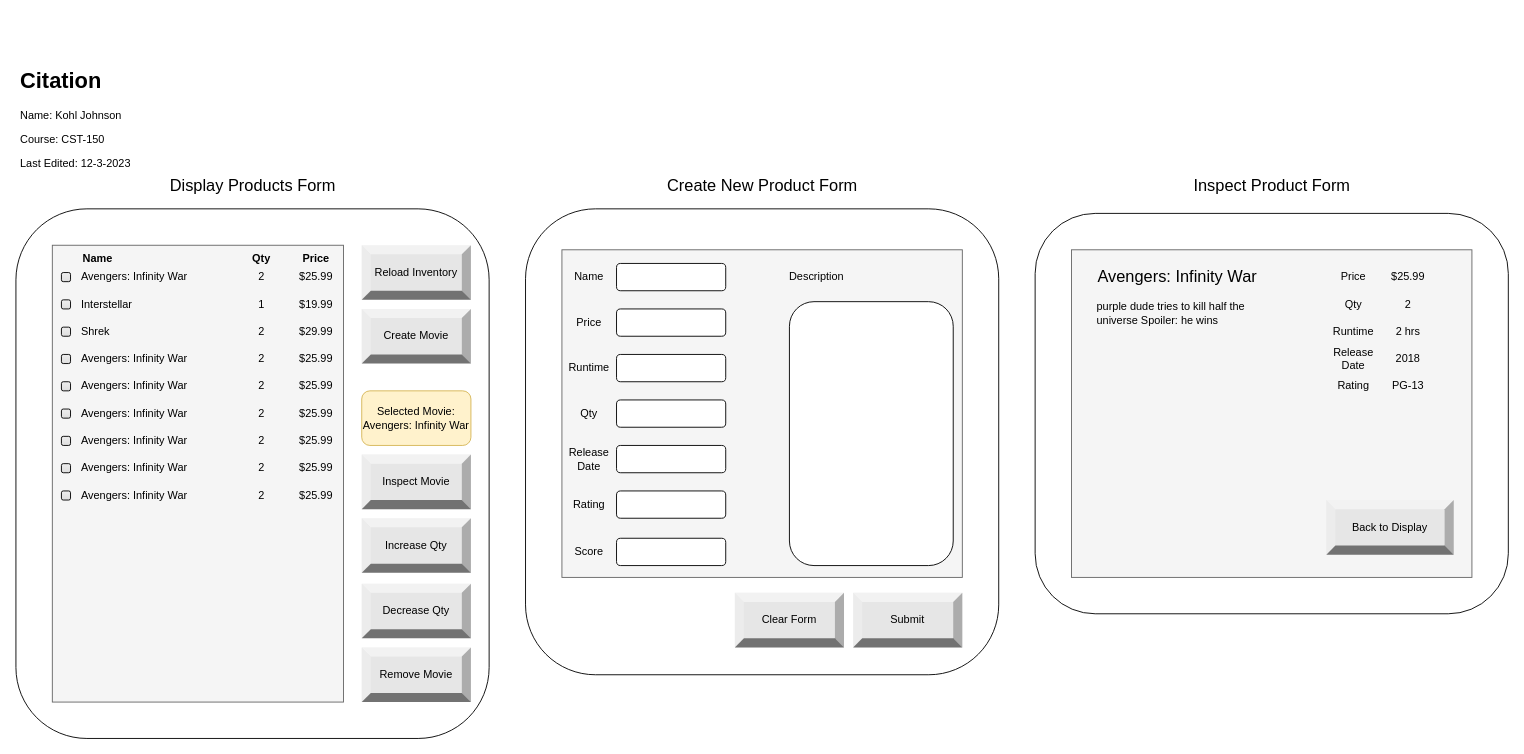
This is CST-150 (C#)/Designs/Wireframe.drawio from Kohl2233/KohlGCU, a draw.io file, before an edit. Source tidied: cells renumbered, new cells numbered last; positions are measured from the earlier drawing's top-left corner, leaving out a move shared by most shapes. Both pictures are drawn from the tidied source at 91%, with x=0, y=0 at pixel (15, 63).
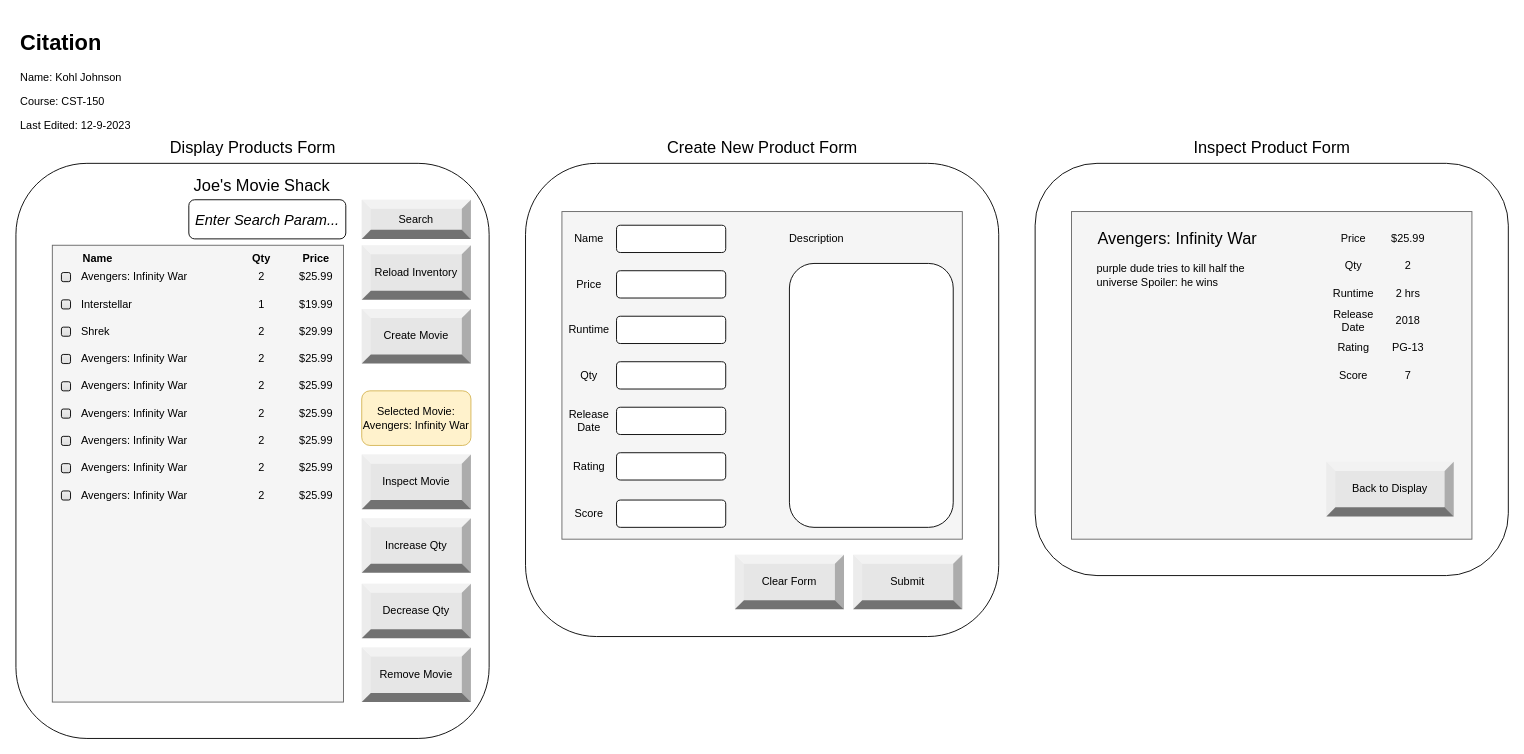
Above is the later version.

The edit, as a diff of the source:
```diff
@@
     <mxCell id="2" style="rounded=1;whiteSpace=wrap;html=1;" parent="1" vertex="1">
-      <mxGeometry y="160" width="520" height="582" as="geometry" />
+      <mxGeometry y="110" width="520" height="632" as="geometry" />
     </mxCell>
@@
     <mxCell id="44" value="Display Products Form" style="text;html=1;strokeColor=none;fillColor=none;align=center;verticalAlign=middle;whiteSpace=wrap;rounded=0;fontSize=18;" parent="1" vertex="1">
-      <mxGeometry x="167.5" y="120" width="185" height="30" as="geometry" />
+      <mxGeometry x="167.5" y="78" width="185" height="30" as="geometry" />
     </mxCell>
     <mxCell id="45" style="rounded=1;whiteSpace=wrap;html=1;" parent="1" vertex="1">
-      <mxGeometry x="560" y="160" width="520" height="512" as="geometry" />
+      <mxGeometry x="560" y="110" width="520" height="520" as="geometry" />
     </mxCell>
     <mxCell id="46" style="rounded=0;whiteSpace=wrap;html=1;fillColor=#f5f5f5;fontColor=#333333;strokeColor=#666666;" parent="1" vertex="1">
-      <mxGeometry x="600" y="205" width="440" height="360" as="geometry" />
+      <mxGeometry x="600" y="163" width="440" height="360" as="geometry" />
     </mxCell>
     <mxCell id="47" style="rounded=1;whiteSpace=wrap;html=1;" parent="1" vertex="1">
-      <mxGeometry x="660" y="220" width="120" height="30" as="geometry" />
+      <mxGeometry x="660" y="178" width="120" height="30" as="geometry" />
     </mxCell>
     <mxCell id="48" value="Name" style="text;html=1;strokeColor=none;fillColor=none;align=center;verticalAlign=middle;whiteSpace=wrap;rounded=0;" parent="1" vertex="1">
-      <mxGeometry x="600" y="220" width="60" height="30" as="geometry" />
+      <mxGeometry x="600" y="178" width="60" height="30" as="geometry" />
     </mxCell>
     <mxCell id="49" style="rounded=1;whiteSpace=wrap;html=1;" parent="1" vertex="1">
-      <mxGeometry x="660" y="370" width="120" height="30" as="geometry" />
+      <mxGeometry x="660" y="328" width="120" height="30" as="geometry" />
     </mxCell>
     <mxCell id="50" value="Qty" style="text;html=1;strokeColor=none;fillColor=none;align=center;verticalAlign=middle;whiteSpace=wrap;rounded=0;" parent="1" vertex="1">
-      <mxGeometry x="600" y="370" width="60" height="30" as="geometry" />
+      <mxGeometry x="600" y="328" width="60" height="30" as="geometry" />
     </mxCell>
     <mxCell id="51" style="rounded=1;whiteSpace=wrap;html=1;" parent="1" vertex="1">
-      <mxGeometry x="660" y="270" width="120" height="30" as="geometry" />
+      <mxGeometry x="660" y="228" width="120" height="30" as="geometry" />
     </mxCell>
     <mxCell id="52" value="Price" style="text;html=1;strokeColor=none;fillColor=none;align=center;verticalAlign=middle;whiteSpace=wrap;rounded=0;" parent="1" vertex="1">
-      <mxGeometry x="600" y="270" width="60" height="30" as="geometry" />
+      <mxGeometry x="600" y="228" width="60" height="30" as="geometry" />
     </mxCell>
     <mxCell id="53" style="rounded=1;whiteSpace=wrap;html=1;" parent="1" vertex="1">
-      <mxGeometry x="660" y="420" width="120" height="30" as="geometry" />
+      <mxGeometry x="660" y="378" width="120" height="30" as="geometry" />
     </mxCell>
     <mxCell id="54" value="Release Date" style="text;html=1;strokeColor=none;fillColor=none;align=center;verticalAlign=middle;whiteSpace=wrap;rounded=0;" parent="1" vertex="1">
-      <mxGeometry x="600" y="420" width="60" height="30" as="geometry" />
+      <mxGeometry x="600" y="378" width="60" height="30" as="geometry" />
     </mxCell>
     <mxCell id="55" style="rounded=1;whiteSpace=wrap;html=1;" parent="1" vertex="1">
-      <mxGeometry x="660" y="320" width="120" height="30" as="geometry" />
+      <mxGeometry x="660" y="278" width="120" height="30" as="geometry" />
     </mxCell>
     <mxCell id="56" value="Runtime" style="text;html=1;strokeColor=none;fillColor=none;align=center;verticalAlign=middle;whiteSpace=wrap;rounded=0;" parent="1" vertex="1">
-      <mxGeometry x="600" y="320" width="60" height="30" as="geometry" />
+      <mxGeometry x="600" y="278" width="60" height="30" as="geometry" />
     </mxCell>
     <mxCell id="57" style="rounded=1;whiteSpace=wrap;html=1;" parent="1" vertex="1">
-      <mxGeometry x="660" y="470" width="120" height="30" as="geometry" />
+      <mxGeometry x="660" y="428" width="120" height="30" as="geometry" />
     </mxCell>
     <mxCell id="58" value="Rating" style="text;html=1;strokeColor=none;fillColor=none;align=center;verticalAlign=middle;whiteSpace=wrap;rounded=0;" parent="1" vertex="1">
-      <mxGeometry x="600" y="470" width="60" height="30" as="geometry" />
+      <mxGeometry x="600" y="428" width="60" height="30" as="geometry" />
     </mxCell>
     <mxCell id="59" value="Create New Product Form" style="text;html=1;strokeColor=none;fillColor=none;align=center;verticalAlign=middle;whiteSpace=wrap;rounded=0;fontSize=18;" parent="1" vertex="1">
-      <mxGeometry x="713.8" y="120" width="212.5" height="30" as="geometry" />
+      <mxGeometry x="713.8" y="78" width="212.5" height="30" as="geometry" />
     </mxCell>
     <mxCell id="60" style="rounded=1;whiteSpace=wrap;html=1;" parent="1" vertex="1">
-      <mxGeometry x="1120" y="165" width="520" height="440" as="geometry" />
+      <mxGeometry x="1120" y="110" width="520" height="453" as="geometry" />
     </mxCell>
     <mxCell id="61" style="rounded=0;whiteSpace=wrap;html=1;fillColor=#f5f5f5;fontColor=#333333;strokeColor=#666666;" parent="1" vertex="1">
-      <mxGeometry x="1160" y="205" width="440" height="360" as="geometry" />
+      <mxGeometry x="1160" y="163" width="440" height="360" as="geometry" />
     </mxCell>
     <mxCell id="62" value="Inspect Product Form" style="text;html=1;strokeColor=none;fillColor=none;align=center;verticalAlign=middle;whiteSpace=wrap;rounded=0;fontSize=18;" parent="1" vertex="1">
-      <mxGeometry x="1273.8" y="120" width="212.5" height="30" as="geometry" />
+      <mxGeometry x="1273.8" y="78" width="212.5" height="30" as="geometry" />
     </mxCell>
     <mxCell id="63" value="Avengers: Infinity War" style="text;html=1;strokeColor=none;fillColor=none;align=center;verticalAlign=middle;whiteSpace=wrap;rounded=0;fontSize=18;" parent="1" vertex="1">
-      <mxGeometry x="1170" y="220" width="212.5" height="30" as="geometry" />
+      <mxGeometry x="1170" y="178" width="212.5" height="30" as="geometry" />
     </mxCell>
     <mxCell id="64" value="purple dude tries to kill half the universe Spoiler: he wins" style="text;html=1;strokeColor=none;fillColor=none;align=left;verticalAlign=middle;whiteSpace=wrap;rounded=0;" parent="1" vertex="1">
-      <mxGeometry x="1185.6" y="260" width="181.2" height="30" as="geometry" />
+      <mxGeometry x="1185.6" y="218" width="181.2" height="30" as="geometry" />
     </mxCell>
     <mxCell id="65" value="Price" style="text;html=1;strokeColor=none;fillColor=none;align=center;verticalAlign=middle;whiteSpace=wrap;rounded=0;" parent="1" vertex="1">
-      <mxGeometry x="1440" y="220" width="60" height="30" as="geometry" />
+      <mxGeometry x="1440" y="178" width="60" height="30" as="geometry" />
     </mxCell>
     <mxCell id="66" value="Qty" style="text;html=1;strokeColor=none;fillColor=none;align=center;verticalAlign=middle;whiteSpace=wrap;rounded=0;" parent="1" vertex="1">
-      <mxGeometry x="1440" y="250" width="60" height="30" as="geometry" />
+      <mxGeometry x="1440" y="208" width="60" height="30" as="geometry" />
     </mxCell>
     <mxCell id="67" value="Runtime" style="text;html=1;strokeColor=none;fillColor=none;align=center;verticalAlign=middle;whiteSpace=wrap;rounded=0;" parent="1" vertex="1">
-      <mxGeometry x="1440" y="280" width="60" height="30" as="geometry" />
+      <mxGeometry x="1440" y="238" width="60" height="30" as="geometry" />
     </mxCell>
     <mxCell id="68" value="Release Date" style="text;html=1;strokeColor=none;fillColor=none;align=center;verticalAlign=middle;whiteSpace=wrap;rounded=0;" parent="1" vertex="1">
-      <mxGeometry x="1440" y="310" width="60" height="30" as="geometry" />
+      <mxGeometry x="1440" y="268" width="60" height="30" as="geometry" />
     </mxCell>
     <mxCell id="69" value="Rating" style="text;html=1;strokeColor=none;fillColor=none;align=center;verticalAlign=middle;whiteSpace=wrap;rounded=0;" parent="1" vertex="1">
-      <mxGeometry x="1440" y="340" width="60" height="30" as="geometry" />
+      <mxGeometry x="1440" y="298" width="60" height="30" as="geometry" />
     </mxCell>
     <mxCell id="70" value="$25.99" style="text;html=1;strokeColor=none;fillColor=none;align=center;verticalAlign=middle;whiteSpace=wrap;rounded=0;" parent="1" vertex="1">
-      <mxGeometry x="1500" y="220" width="60" height="30" as="geometry" />
+      <mxGeometry x="1500" y="178" width="60" height="30" as="geometry" />
     </mxCell>
     <mxCell id="71" value="2" style="text;html=1;strokeColor=none;fillColor=none;align=center;verticalAlign=middle;whiteSpace=wrap;rounded=0;" parent="1" vertex="1">
-      <mxGeometry x="1500" y="250" width="60" height="30" as="geometry" />
+      <mxGeometry x="1500" y="208" width="60" height="30" as="geometry" />
     </mxCell>
     <mxCell id="72" value="2 hrs" style="text;html=1;strokeColor=none;fillColor=none;align=center;verticalAlign=middle;whiteSpace=wrap;rounded=0;" parent="1" vertex="1">
-      <mxGeometry x="1500" y="280" width="60" height="30" as="geometry" />
+      <mxGeometry x="1500" y="238" width="60" height="30" as="geometry" />
     </mxCell>
     <mxCell id="73" value="2018" style="text;html=1;strokeColor=none;fillColor=none;align=center;verticalAlign=middle;whiteSpace=wrap;rounded=0;" parent="1" vertex="1">
-      <mxGeometry x="1500" y="310" width="60" height="30" as="geometry" />
+      <mxGeometry x="1500" y="268" width="60" height="30" as="geometry" />
     </mxCell>
     <mxCell id="74" value="PG-13" style="text;html=1;strokeColor=none;fillColor=none;align=center;verticalAlign=middle;whiteSpace=wrap;rounded=0;" parent="1" vertex="1">
-      <mxGeometry x="1500" y="340" width="60" height="30" as="geometry" />
+      <mxGeometry x="1500" y="298" width="60" height="30" as="geometry" />
     </mxCell>
     <mxCell id="75" value="Back to Display" style="labelPosition=center;verticalLabelPosition=middle;align=center;html=1;shape=mxgraph.basic.shaded_button;dx=10;fillColor=#E6E6E6;strokeColor=none;whiteSpace=wrap;" parent="1" vertex="1">
-      <mxGeometry x="1440" y="480" width="140" height="60" as="geometry" />
+      <mxGeometry x="1440" y="438" width="140" height="60" as="geometry" />
     </mxCell>
-    <mxCell id="76" value="&lt;h1&gt;Citation&lt;/h1&gt;&lt;p&gt;Name: Kohl Johnson&lt;/p&gt;&lt;p&gt;Course: CST-150&lt;/p&gt;&lt;p&gt;Last Edited: 12-3-2023&lt;/p&gt;" style="text;html=1;strokeColor=none;fillColor=none;spacing=5;spacingTop=-20;whiteSpace=wrap;overflow=hidden;rounded=0;" parent="1" vertex="1">
-      <mxGeometry width="190" height="120" as="geometry" />
+    <mxCell id="76" value="&lt;h1&gt;Citation&lt;/h1&gt;&lt;p&gt;Name: Kohl Johnson&lt;/p&gt;&lt;p&gt;Course: CST-150&lt;/p&gt;&lt;p&gt;Last Edited: 12-9-2023&lt;/p&gt;" style="text;html=1;strokeColor=none;fillColor=none;spacing=5;spacingTop=-20;whiteSpace=wrap;overflow=hidden;rounded=0;" parent="1" vertex="1">
+      <mxGeometry y="-42" width="190" height="120" as="geometry" />
     </mxCell>
@@
     <mxCell id="83" style="rounded=1;whiteSpace=wrap;html=1;" parent="1" vertex="1">
-      <mxGeometry x="660" y="522" width="120" height="30" as="geometry" />
+      <mxGeometry x="660" y="480" width="120" height="30" as="geometry" />
     </mxCell>
     <mxCell id="84" value="Score" style="text;html=1;strokeColor=none;fillColor=none;align=center;verticalAlign=middle;whiteSpace=wrap;rounded=0;" parent="1" vertex="1">
-      <mxGeometry x="600" y="522" width="60" height="30" as="geometry" />
+      <mxGeometry x="600" y="480" width="60" height="30" as="geometry" />
     </mxCell>
     <mxCell id="85" style="rounded=1;whiteSpace=wrap;html=1;" parent="1" vertex="1">
-      <mxGeometry x="850" y="262" width="180" height="290" as="geometry" />
+      <mxGeometry x="850" y="220" width="180" height="290" as="geometry" />
     </mxCell>
     <mxCell id="86" value="Description" style="text;html=1;strokeColor=none;fillColor=none;align=center;verticalAlign=middle;whiteSpace=wrap;rounded=0;" parent="1" vertex="1">
-      <mxGeometry x="850" y="220" width="60" height="30" as="geometry" />
+      <mxGeometry x="850" y="178" width="60" height="30" as="geometry" />
     </mxCell>
     <mxCell id="87" value="Submit" style="labelPosition=center;verticalLabelPosition=middle;align=center;html=1;shape=mxgraph.basic.shaded_button;dx=10;fillColor=#E6E6E6;strokeColor=none;whiteSpace=wrap;" parent="1" vertex="1">
-      <mxGeometry x="920" y="582" width="120" height="60" as="geometry" />
+      <mxGeometry x="920" y="540" width="120" height="60" as="geometry" />
     </mxCell>
     <mxCell id="88" value="Clear Form" style="labelPosition=center;verticalLabelPosition=middle;align=center;html=1;shape=mxgraph.basic.shaded_button;dx=10;fillColor=#E6E6E6;strokeColor=none;whiteSpace=wrap;" parent="1" vertex="1">
-      <mxGeometry x="790" y="582" width="120" height="60" as="geometry" />
+      <mxGeometry x="790" y="540" width="120" height="60" as="geometry" />
     </mxCell>
+    <mxCell id="89" value="Score" style="text;html=1;strokeColor=none;fillColor=none;align=center;verticalAlign=middle;whiteSpace=wrap;rounded=0;" parent="1" vertex="1">
+      <mxGeometry x="1440" y="328" width="60" height="30" as="geometry" />
+    </mxCell>
+    <mxCell id="90" value="7" style="text;html=1;strokeColor=none;fillColor=none;align=center;verticalAlign=middle;whiteSpace=wrap;rounded=0;" parent="1" vertex="1">
+      <mxGeometry x="1500" y="328" width="60" height="30" as="geometry" />
+    </mxCell>
+    <mxCell id="91" value="Joe's Movie Shack" style="text;html=1;strokeColor=none;fillColor=none;align=center;verticalAlign=middle;whiteSpace=wrap;rounded=0;fontSize=18;" parent="1" vertex="1">
+      <mxGeometry x="177.5" y="120" width="185" height="30" as="geometry" />
+    </mxCell>
+    <mxCell id="92" value="Search" style="labelPosition=center;verticalLabelPosition=middle;align=center;html=1;shape=mxgraph.basic.shaded_button;dx=10;fillColor=#E6E6E6;strokeColor=none;whiteSpace=wrap;" parent="1" vertex="1">
+      <mxGeometry x="380" y="150" width="120" height="43" as="geometry" />
+    </mxCell>
+    <mxCell id="93" value="Enter Search Param..." style="rounded=1;whiteSpace=wrap;html=1;fontSize=16;fontStyle=2;" parent="1" vertex="1">
+      <mxGeometry x="190" y="150" width="172.5" height="43" as="geometry" />
+    </mxCell>
```
